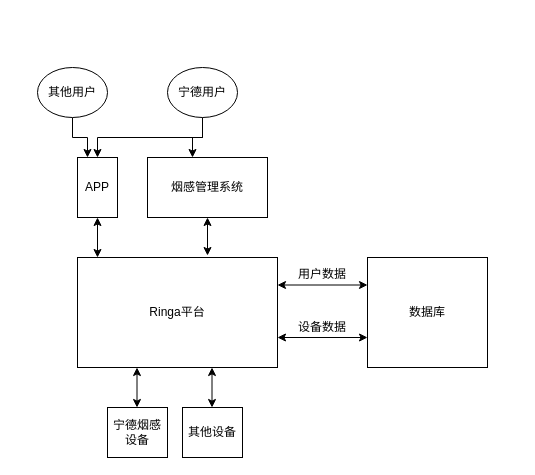
Above: 宁德时代方案.drawio in DcBunny/experience-summary (draw.io), before the change. Source tidied: cells renumbered, new cells numbered last; positions are measured from the earlier drawing's top-left corner, leaving out a move shared by most shapes. Both pictures are drawn from the tidied source at 100%, with x=0, y=0 at pixel (37, 67).
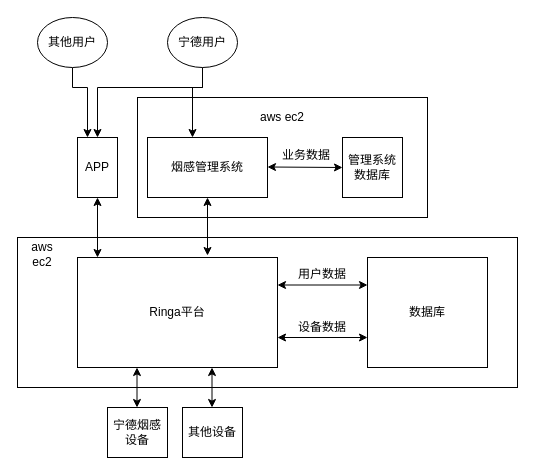
After the change.

Commit message (it also covers changes not shown here):
Update 宁德时代方案.drawio

Diff of the diagram source:
```diff
@@
+    <mxCell id="21" style="rounded=0;whiteSpace=wrap;html=1;" parent="1" vertex="1">
+      <mxGeometry x="100" y="30" width="290" height="120" as="geometry" />
+    </mxCell>
+    <mxCell id="22" style="rounded=0;whiteSpace=wrap;html=1;" parent="1" vertex="1">
+      <mxGeometry x="-20" y="170" width="500" height="150" as="geometry" />
+    </mxCell>
@@
     <mxCell id="3" value="APP" style="rounded=0;whiteSpace=wrap;html=1;" parent="1" vertex="1">
-      <mxGeometry x="40" y="90" width="40" height="60" as="geometry" />
+      <mxGeometry x="40" y="70" width="40" height="60" as="geometry" />
     </mxCell>
     <mxCell id="4" value="烟感管理系统" style="rounded=0;whiteSpace=wrap;html=1;" parent="1" vertex="1">
-      <mxGeometry x="110" y="90" width="120" height="60" as="geometry" />
+      <mxGeometry x="110" y="70" width="120" height="60" as="geometry" />
     </mxCell>
@@
     <mxCell id="8" style="edgeStyle=orthogonalEdgeStyle;rounded=0;jettySize=auto;html=1;exitX=0.5;exitY=1;exitDx=0;exitDy=0;entryX=0.5;entryY=0;entryDx=0;entryDy=0;" parent="1" edge="1" source="10" target="3">
-      <mxGeometry relative="1" as="geometry" />
+      <mxGeometry relative="1" as="geometry">
+        <Array as="points">
+          <mxPoint x="165" y="20" />
+          <mxPoint x="60" y="20" />
+        </Array>
+      </mxGeometry>
     </mxCell>
     <mxCell id="9" style="edgeStyle=orthogonalEdgeStyle;rounded=0;jettySize=auto;html=1;exitX=0.5;exitY=1;exitDx=0;exitDy=0;entryX=0.375;entryY=0;entryDx=0;entryDy=0;entryPerimeter=0;" parent="1" edge="1" source="10" target="4">
-      <mxGeometry relative="1" as="geometry" />
+      <mxGeometry relative="1" as="geometry">
+        <Array as="points">
+          <mxPoint x="165" y="20" />
+          <mxPoint x="155" y="20" />
+        </Array>
+      </mxGeometry>
     </mxCell>
     <mxCell id="10" value="宁德用户" style="ellipse;whiteSpace=wrap;html=1;" parent="1" vertex="1">
-      <mxGeometry x="130" width="70" height="50" as="geometry" />
+      <mxGeometry x="130" y="-50" width="70" height="50" as="geometry" />
     </mxCell>
     <mxCell id="11" style="edgeStyle=orthogonalEdgeStyle;rounded=0;jettySize=auto;html=1;entryX=0.25;entryY=0;entryDx=0;entryDy=0;" parent="1" edge="1" source="12" target="3">
-      <mxGeometry relative="1" as="geometry" />
+      <mxGeometry relative="1" as="geometry">
+        <Array as="points">
+          <mxPoint x="35" y="20" />
+          <mxPoint x="50" y="20" />
+        </Array>
+      </mxGeometry>
     </mxCell>
     <mxCell id="12" value="其他用户" style="ellipse;whiteSpace=wrap;html=1;" parent="1" vertex="1">
-      <mxGeometry width="70" height="50" as="geometry" />
+      <mxGeometry y="-50" width="70" height="50" as="geometry" />
     </mxCell>
@@
+    <mxCell id="23" value="管理系统数据库" style="whiteSpace=wrap;html=1;" parent="1" vertex="1">
+      <mxGeometry x="305" y="70" width="60" height="60" as="geometry" />
+    </mxCell>
+    <mxCell id="24" style="endArrow=classic;startArrow=classic;html=1;exitX=1;exitY=0.25;exitDx=0;exitDy=0;entryX=0;entryY=0.5;entryDx=0;entryDy=0;" parent="1" edge="1" target="23">
+      <mxGeometry relative="1" as="geometry">
+        <mxPoint x="230" y="99.5" as="sourcePoint" />
+      </mxGeometry>
+    </mxCell>
+    <mxCell id="25" value="业务数据" style="text;html=1;strokeColor=none;fillColor=none;align=center;verticalAlign=middle;whiteSpace=wrap;rounded=0;" parent="1" vertex="1">
+      <mxGeometry x="244" y="78" width="50" height="20" as="geometry" />
+    </mxCell>
+    <mxCell id="26" value="aws&lt;br&gt;ec2" style="text;html=1;strokeColor=none;fillColor=none;align=center;verticalAlign=middle;whiteSpace=wrap;rounded=0;" parent="1" vertex="1">
+      <mxGeometry x="-20" y="177" width="50" height="20" as="geometry" />
+    </mxCell>
+    <mxCell id="27" value="aws&amp;nbsp;ec2" style="text;html=1;strokeColor=none;fillColor=none;align=center;verticalAlign=middle;whiteSpace=wrap;rounded=0;" parent="1" vertex="1">
+      <mxGeometry x="220" y="40" width="50" height="20" as="geometry" />
+    </mxCell>
```
